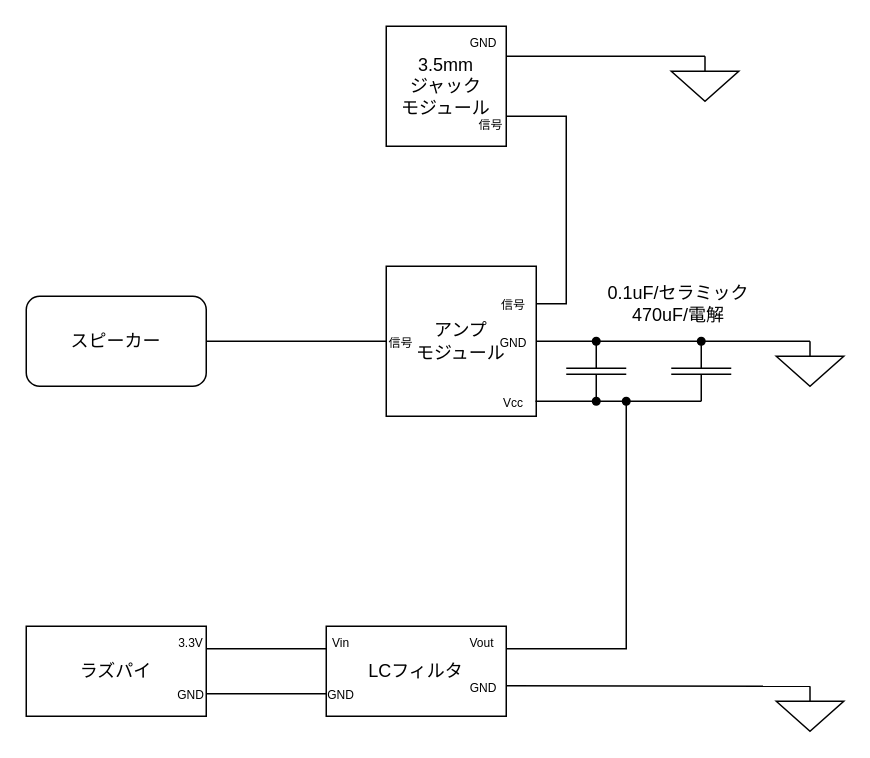
The draw.io diagram page "改良" (2 of 2) of 資料/回路図/スピーカー回路.drawio in 2cda1218/ResearchProjects, before the edit. Source tidied: cells renumbered, new cells numbered last; positions are measured from the earlier drawing's top-left corner, leaving out a move shared by most shapes. Both pictures are drawn from the tidied source at 150%, with x=0, y=0 at pixel (26, 26).
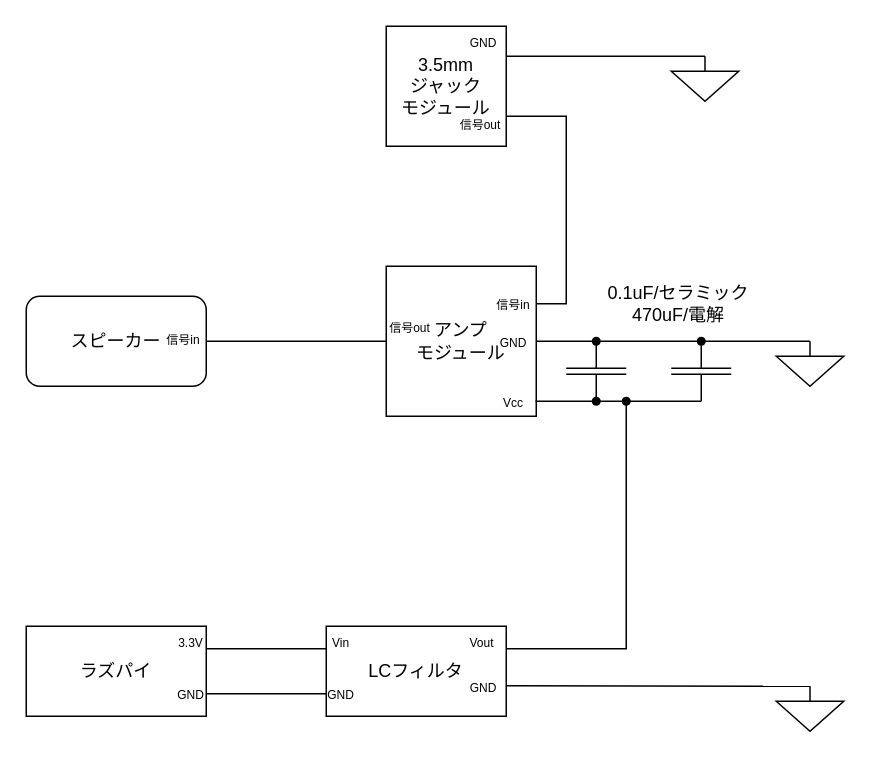
After the change.

Diff of the diagram source:
```diff
@@
-    <mxCell id="33" value="&lt;font style=&quot;font-size: 8px;&quot;&gt;信号&lt;/font&gt;" style="text;html=1;align=center;verticalAlign=middle;whiteSpace=wrap;rounded=0;" parent="1" vertex="1">
+    <mxCell id="33" value="&lt;font style=&quot;font-size: 8px;&quot;&gt;信号in&lt;/font&gt;" style="text;html=1;align=center;verticalAlign=middle;whiteSpace=wrap;rounded=0;" parent="1" vertex="1">
       <mxGeometry x="295" y="170" width="60" height="30" as="geometry" />
     </mxCell>
-    <mxCell id="34" value="&lt;font style=&quot;font-size: 8px;&quot;&gt;信号&lt;/font&gt;" style="text;html=1;align=center;verticalAlign=middle;whiteSpace=wrap;rounded=0;" parent="1" vertex="1">
-      <mxGeometry x="280" y="50" width="60" height="30" as="geometry" />
+    <mxCell id="34" value="&lt;font style=&quot;font-size: 8px;&quot;&gt;信号out&lt;/font&gt;" style="text;html=1;align=center;verticalAlign=middle;whiteSpace=wrap;rounded=0;" parent="1" vertex="1">
+      <mxGeometry x="273" y="50" width="60" height="30" as="geometry" />
     </mxCell>
@@
-    <mxCell id="39" value="&lt;font style=&quot;font-size: 8px;&quot;&gt;信号&lt;/font&gt;" style="text;html=1;align=center;verticalAlign=middle;whiteSpace=wrap;rounded=0;" parent="1" vertex="1">
-      <mxGeometry x="220" y="195" width="60" height="30" as="geometry" />
+    <mxCell id="39" value="&lt;font style=&quot;font-size: 8px;&quot;&gt;信号out&lt;/font&gt;" style="text;html=1;align=center;verticalAlign=middle;whiteSpace=wrap;rounded=0;" parent="1" vertex="1">
+      <mxGeometry x="226" y="185" width="60" height="30" as="geometry" />
     </mxCell>
+    <mxCell id="40" value="&lt;font style=&quot;font-size: 8px;&quot;&gt;信号in&lt;/font&gt;" style="text;html=1;align=center;verticalAlign=middle;whiteSpace=wrap;rounded=0;" parent="1" vertex="1">
+      <mxGeometry x="75" y="193" width="60" height="30" as="geometry" />
+    </mxCell>
```
